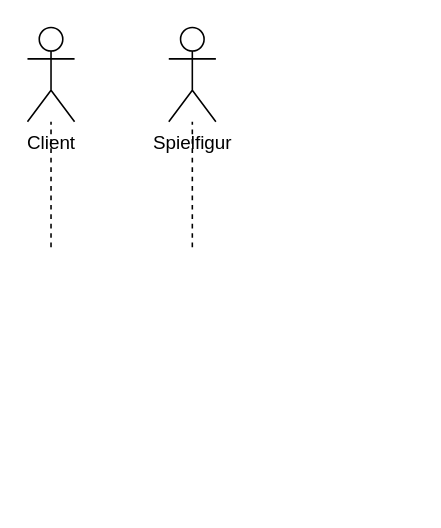
deanomus/SZUT keeps this draw.io diagram as 3-Lehrjahr/UML/Sequenzdiagramme/001-Statepattern-mit-Spielfiguren.drawio. Above is the earlier version. Source tidied: cells renumbered, new cells numbered last; positions are measured from the earlier drawing's top-left corner, leaving out a move shared by most shapes. Both pictures are drawn from the tidied source at 157%, with x=0, y=0 at pixel (27, 27).
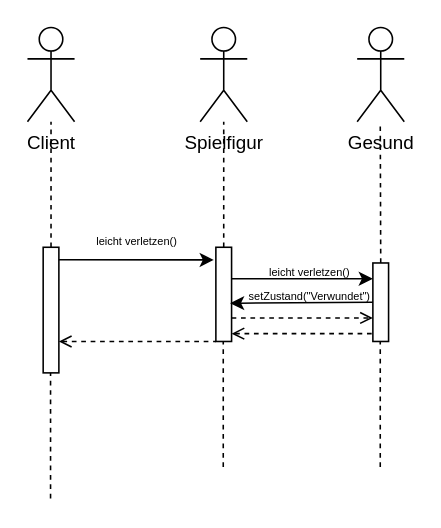
The same diagram, later.

Change to the diagram source:
```diff
@@
     <mxCell id="2" value="Spielfigur" style="shape=umlActor;verticalLabelPosition=bottom;verticalAlign=top;html=1;outlineConnect=0;" parent="1" vertex="1">
-      <mxGeometry x="90" width="30" height="60" as="geometry" />
+      <mxGeometry x="110" width="30" height="60" as="geometry" />
     </mxCell>
@@
-    <mxCell id="5" style="endArrow=none;dashed=1;html=1;rounded=0;" parent="1" edge="1" target="2">
-      <mxGeometry relative="1" as="geometry">
-        <mxPoint x="105" y="140" as="sourcePoint" />
-      </mxGeometry>
+    <mxCell id="5" style="endArrow=none;dashed=1;html=1;rounded=0;exitX=0.5;exitY=0;exitDx=0;exitDy=0;" parent="1" edge="1" source="8" target="2">
+      <mxGeometry relative="1" as="geometry" />
     </mxCell>
+    <mxCell id="6" style="rounded=0;whiteSpace=wrap;html=1;" parent="1" vertex="1">
+      <mxGeometry x="10" y="140" width="10" height="80" as="geometry" />
+    </mxCell>
+    <mxCell id="7" style="endArrow=classic;html=1;rounded=0;entryX=-0.131;entryY=0.134;entryDx=0;entryDy=0;entryPerimeter=0;" parent="1" edge="1" target="8">
+      <mxGeometry relative="1" as="geometry">
+        <mxPoint x="20" y="148" as="sourcePoint" />
+      </mxGeometry>
+    </mxCell>
+    <mxCell id="8" style="rounded=0;whiteSpace=wrap;html=1;" parent="1" vertex="1">
+      <mxGeometry x="120" y="140" width="10" height="60" as="geometry" />
+    </mxCell>
+    <mxCell id="9" value="&lt;font style=&quot;font-size: 7px&quot;&gt;leicht verletzen()&lt;/font&gt;" style="text;html=1;strokeColor=none;fillColor=none;align=center;verticalAlign=middle;whiteSpace=wrap;rounded=0;" parent="1" vertex="1">
+      <mxGeometry x="40" y="120" width="60" height="30" as="geometry" />
+    </mxCell>
+    <mxCell id="10" style="rounded=0;whiteSpace=wrap;html=1;" parent="1" vertex="1">
+      <mxGeometry x="220" y="150" width="10" height="50" as="geometry" />
+    </mxCell>
+    <mxCell id="11" style="endArrow=classic;html=1;rounded=0;fontSize=7;" parent="1" edge="1">
+      <mxGeometry relative="1" as="geometry">
+        <mxPoint x="130" y="160" as="sourcePoint" />
+        <mxPoint x="220" y="160" as="targetPoint" />
+      </mxGeometry>
+    </mxCell>
+    <mxCell id="12" value="Gesund" style="shape=umlActor;verticalLabelPosition=bottom;verticalAlign=top;html=1;" parent="1" vertex="1">
+      <mxGeometry x="210" width="30" height="60" as="geometry" />
+    </mxCell>
+    <mxCell id="13" value="&lt;span style=&quot;font-size: 7px&quot;&gt;leicht verletzen()&lt;/span&gt;" style="text;html=1;strokeColor=none;fillColor=none;align=center;verticalAlign=middle;whiteSpace=wrap;rounded=0;" parent="1" vertex="1">
+      <mxGeometry x="150" y="140" width="60" height="30" as="geometry" />
+    </mxCell>
+    <mxCell id="14" style="endArrow=none;dashed=1;html=1;rounded=0;exitX=0.5;exitY=0;exitDx=0;exitDy=0;" parent="1" edge="1" source="10">
+      <mxGeometry relative="1" as="geometry">
+        <mxPoint x="224.7" y="60" as="targetPoint" />
+      </mxGeometry>
+    </mxCell>
+    <mxCell id="15" style="endArrow=classic;html=1;rounded=0;fontSize=7;entryX=0.903;entryY=0.594;entryDx=0;entryDy=0;entryPerimeter=0;exitX=0;exitY=0.5;exitDx=0;exitDy=0;" parent="1" edge="1" source="10" target="8">
+      <mxGeometry relative="1" as="geometry" />
+    </mxCell>
+    <mxCell id="16" value="&lt;span style=&quot;font-size: 7px&quot;&gt;setZustand(&quot;Verwundet&quot;)&lt;/span&gt;" style="text;html=1;strokeColor=none;fillColor=none;align=center;verticalAlign=middle;whiteSpace=wrap;rounded=0;" parent="1" vertex="1">
+      <mxGeometry x="150" y="155" width="60" height="30" as="geometry" />
+    </mxCell>
+    <mxCell id="17" style="endArrow=open;dashed=1;html=1;rounded=0;fontSize=7;exitX=1;exitY=0.75;exitDx=0;exitDy=0;startArrow=none;startFill=0;endFill=0;" parent="1" edge="1" source="8">
+      <mxGeometry relative="1" as="geometry">
+        <mxPoint x="220" y="185" as="targetPoint" />
+      </mxGeometry>
+    </mxCell>
+    <mxCell id="18" style="endArrow=none;dashed=1;html=1;rounded=0;fontSize=7;exitX=1;exitY=0.75;exitDx=0;exitDy=0;startArrow=open;startFill=0;" parent="1" edge="1">
+      <mxGeometry relative="1" as="geometry">
+        <mxPoint x="130" y="195" as="sourcePoint" />
+        <mxPoint x="220" y="195" as="targetPoint" />
+      </mxGeometry>
+    </mxCell>
+    <mxCell id="19" style="endArrow=none;dashed=1;html=1;rounded=0;fontSize=7;exitX=1;exitY=0.75;exitDx=0;exitDy=0;startArrow=open;startFill=0;" parent="1" edge="1" source="6">
+      <mxGeometry relative="1" as="geometry">
+        <mxPoint x="120" y="200" as="targetPoint" />
+      </mxGeometry>
+    </mxCell>
+    <mxCell id="20" style="endArrow=none;dashed=1;html=1;rounded=0;exitX=0.5;exitY=0;exitDx=0;exitDy=0;" parent="1" edge="1">
+      <mxGeometry relative="1" as="geometry">
+        <mxPoint x="124.7" y="280" as="sourcePoint" />
+        <mxPoint x="124.7" y="200" as="targetPoint" />
+      </mxGeometry>
+    </mxCell>
+    <mxCell id="21" style="endArrow=none;dashed=1;html=1;rounded=0;exitX=0.5;exitY=0;exitDx=0;exitDy=0;" parent="1" edge="1">
+      <mxGeometry relative="1" as="geometry">
+        <mxPoint x="14.7" y="300" as="sourcePoint" />
+        <mxPoint x="14.7" y="220" as="targetPoint" />
+      </mxGeometry>
+    </mxCell>
+    <mxCell id="22" style="endArrow=none;dashed=1;html=1;rounded=0;exitX=0.5;exitY=0;exitDx=0;exitDy=0;" parent="1" edge="1">
+      <mxGeometry relative="1" as="geometry">
+        <mxPoint x="224.7" y="280" as="sourcePoint" />
+        <mxPoint x="224.7" y="200" as="targetPoint" />
+      </mxGeometry>
+    </mxCell>
```
